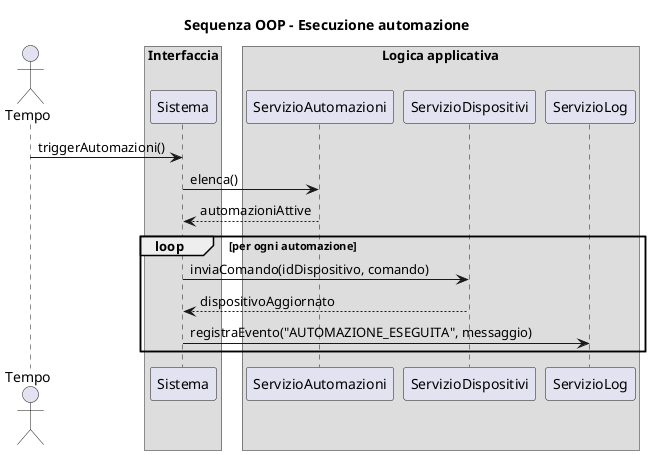
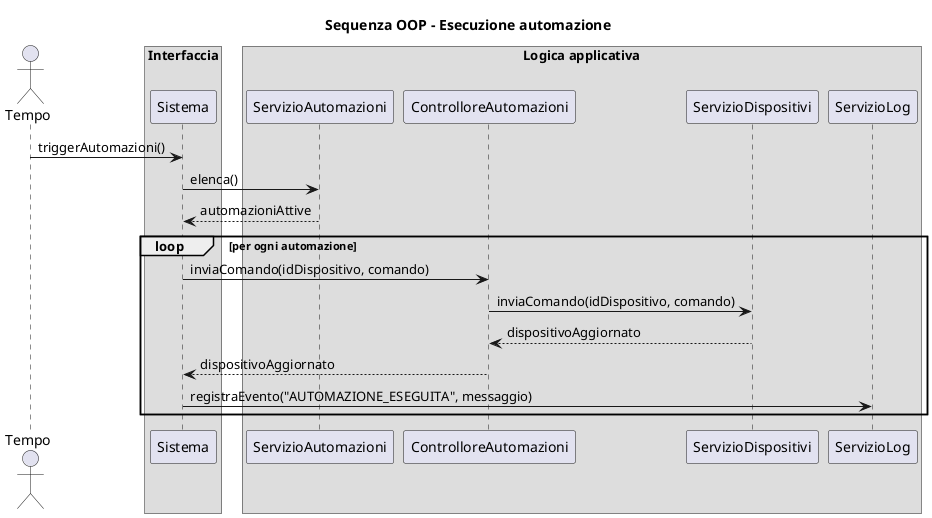
@startuml
title Sequenza OOP - Esecuzione automazione

actor Tempo

box "Interfaccia"
participant "Sistema" as Sistema
end box

box "Logica applicativa"
participant "ServizioAutomazioni" as ServizioAutomazioni
+ participant "ControlloreAutomazioni" as ControlloreAutomazioni
participant "ServizioDispositivi" as ServizioDispositivi
participant "ServizioLog" as ServizioLog
end box

Tempo -> Sistema : triggerAutomazioni()
Sistema -> ServizioAutomazioni : elenca()
ServizioAutomazioni --> Sistema : automazioniAttive

loop per ogni automazione
-   Sistema -> ServizioDispositivi : inviaComando(idDispositivo, comando)
-   ServizioDispositivi --> Sistema : dispositivoAggiornato
+   Sistema -> ControlloreAutomazioni : inviaComando(idDispositivo, comando)
+   ControlloreAutomazioni -> ServizioDispositivi : inviaComando(idDispositivo, comando)
+   ServizioDispositivi --> ControlloreAutomazioni : dispositivoAggiornato
+   ControlloreAutomazioni --> Sistema : dispositivoAggiornato
  Sistema -> ServizioLog : registraEvento("AUTOMAZIONE_ESEGUITA", messaggio)
end
@enduml
